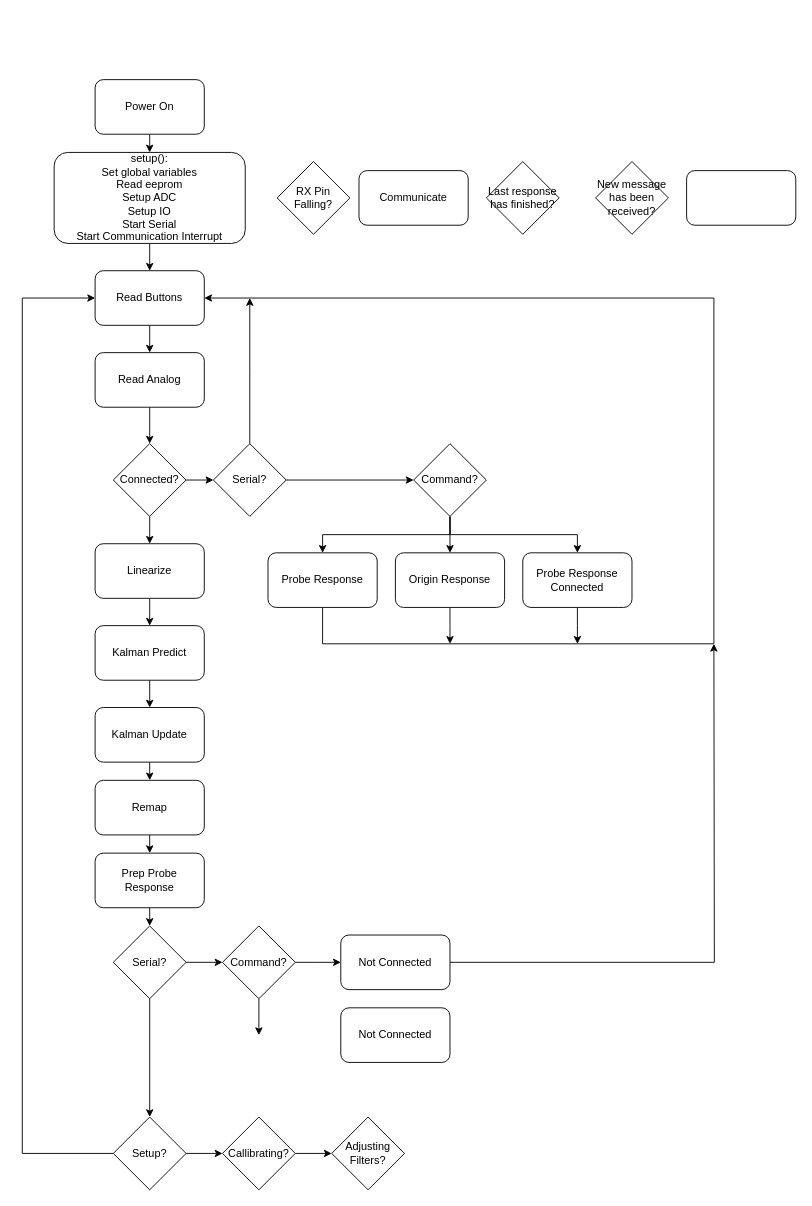
Before: Documentation/PhobGCC State Diagram.drawio in karchz/PhobGCC-SW, a draw.io diagram. Source tidied: cells renumbered, new cells numbered last; positions are measured from the earlier drawing's top-left corner, leaving out a move shared by most shapes. Both pictures are drawn from the tidied source at 91%, with x=0, y=0 at pixel (22, 79).
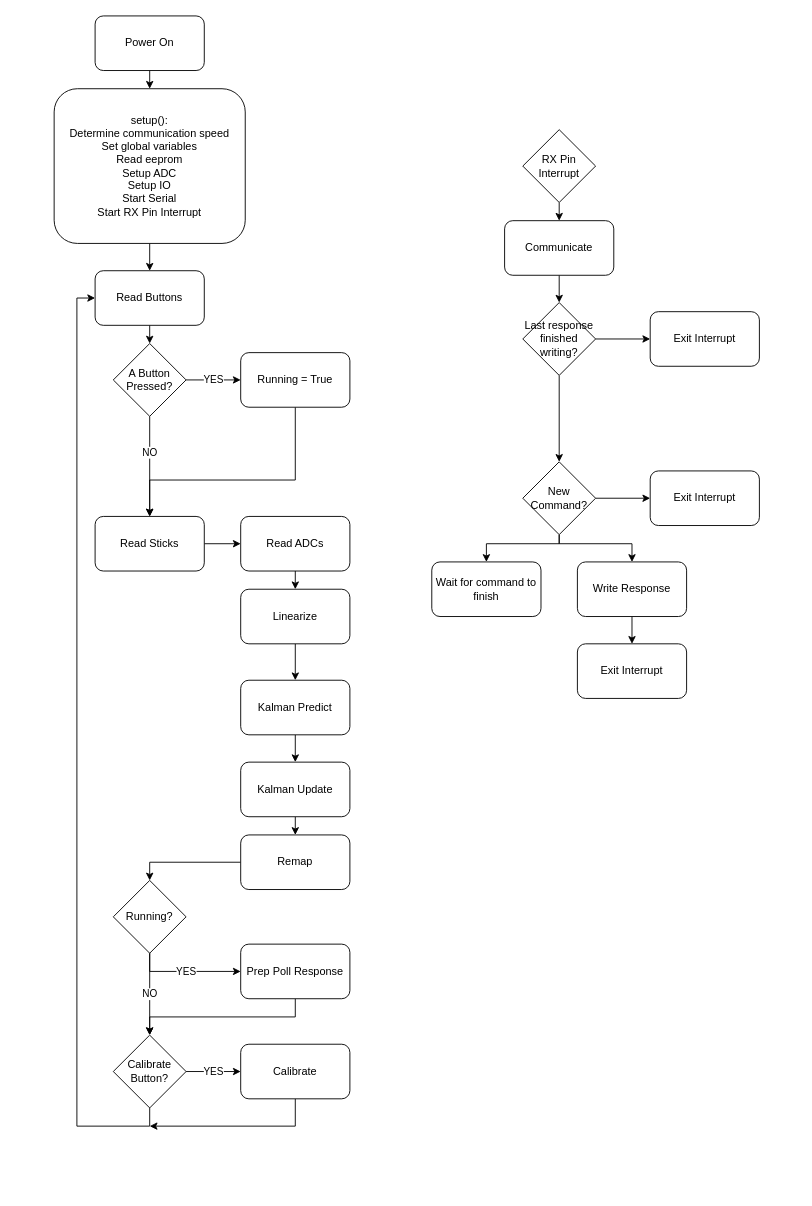
After the change.

Commit message:
Updated state diagram

Unchanged cells that the change refers to:
```xml
<mxCell id="23" value="Read Buttons" style="rounded=1;whiteSpace=wrap;html=1;" parent="1" vertex="1">
  <mxGeometry x="80" y="210" width="120" height="60" as="geometry" />
</mxCell>
```

What changed in the source:
```diff
@@
     <mxCell id="3" value="Power On" style="rounded=1;whiteSpace=wrap;html=1;" parent="1" vertex="1">
-      <mxGeometry x="80" width="120" height="60" as="geometry" />
+      <mxGeometry x="80" y="-70" width="120" height="60" as="geometry" />
     </mxCell>
@@
-    <mxCell id="5" value="setup():&lt;br&gt;Set global variables&lt;br&gt;Read eeprom&lt;br&gt;Setup ADC&lt;br&gt;Setup IO&lt;br&gt;Start Serial&lt;br&gt;Start Communication Interrupt" style="rounded=1;whiteSpace=wrap;html=1;" parent="1" vertex="1">
-      <mxGeometry x="35" y="80" width="210" height="100" as="geometry" />
+    <mxCell id="5" value="setup():&lt;br&gt;Determine communication speed&lt;br&gt;Set global variables&lt;br&gt;Read eeprom&lt;br&gt;Setup ADC&lt;br&gt;Setup IO&lt;br&gt;Start Serial&lt;br&gt;Start RX Pin Interrupt" style="rounded=1;whiteSpace=wrap;html=1;" parent="1" vertex="1">
+      <mxGeometry x="35" y="10" width="210" height="170" as="geometry" />
     </mxCell>
-    <mxCell id="6" style="edgeStyle=orthogonalEdgeStyle;rounded=0;jettySize=auto;html=1;exitX=1;exitY=0.5;exitDx=0;exitDy=0;entryX=0;entryY=0.5;entryDx=0;entryDy=0;" parent="1" edge="1" source="8">
-      <mxGeometry relative="1" as="geometry">
-        <mxPoint x="210" y="440" as="targetPoint" />
-      </mxGeometry>
-    </mxCell>
-    <mxCell id="7" style="edgeStyle=orthogonalEdgeStyle;rounded=0;jettySize=auto;html=1;exitX=0.5;exitY=1;exitDx=0;exitDy=0;entryX=0.5;entryY=0;entryDx=0;entryDy=0;" parent="1" edge="1" source="8" target="21">
-      <mxGeometry relative="1" as="geometry" />
-    </mxCell>
-    <mxCell id="8" value="Connected?" style="rhombus;whiteSpace=wrap;html=1;" parent="1" vertex="1">
-      <mxGeometry x="100" y="400" width="80" height="80" as="geometry" />
-    </mxCell>
-    <mxCell id="9" style="edgeStyle=orthogonalEdgeStyle;rounded=0;jettySize=auto;html=1;entryX=0;entryY=0.5;entryDx=0;entryDy=0;exitX=1;exitY=0.5;exitDx=0;exitDy=0;" parent="1" edge="1" source="27" target="13">
-      <mxGeometry relative="1" as="geometry" />
-    </mxCell>
-    <mxCell id="10" style="edgeStyle=orthogonalEdgeStyle;rounded=0;jettySize=auto;html=1;exitX=0.5;exitY=1;exitDx=0;exitDy=0;entryX=0.5;entryY=0;entryDx=0;entryDy=0;" parent="1" edge="1" source="13" target="17">
-      <mxGeometry relative="1" as="geometry" />
-    </mxCell>
-    <mxCell id="11" style="edgeStyle=orthogonalEdgeStyle;rounded=0;jettySize=auto;html=1;exitX=0.5;exitY=1;exitDx=0;exitDy=0;entryX=0.5;entryY=0;entryDx=0;entryDy=0;" parent="1" edge="1" source="13" target="15">
-      <mxGeometry relative="1" as="geometry" />
-    </mxCell>
-    <mxCell id="12" style="edgeStyle=orthogonalEdgeStyle;rounded=0;jettySize=auto;html=1;exitX=0.5;exitY=1;exitDx=0;exitDy=0;entryX=0.5;entryY=0;entryDx=0;entryDy=0;" parent="1" edge="1" source="13" target="19">
-      <mxGeometry relative="1" as="geometry" />
-    </mxCell>
-    <mxCell id="13" value="Command?" style="rhombus;whiteSpace=wrap;html=1;" parent="1" vertex="1">
-      <mxGeometry x="430" y="400" width="80" height="80" as="geometry" />
-    </mxCell>
-    <mxCell id="14" style="edgeStyle=orthogonalEdgeStyle;rounded=0;jettySize=auto;html=1;exitX=0.5;exitY=1;exitDx=0;exitDy=0;entryX=1;entryY=0.5;entryDx=0;entryDy=0;" parent="1" edge="1" source="15" target="23">
-      <mxGeometry relative="1" as="geometry">
-        <Array as="points">
-          <mxPoint x="330" y="620" />
-          <mxPoint x="760" y="620" />
-          <mxPoint x="760" y="240" />
-        </Array>
-      </mxGeometry>
-    </mxCell>
-    <mxCell id="15" value="Probe Response" style="rounded=1;whiteSpace=wrap;html=1;" parent="1" vertex="1">
-      <mxGeometry x="270" y="520" width="120" height="60" as="geometry" />
-    </mxCell>
-    <mxCell id="16" style="edgeStyle=orthogonalEdgeStyle;rounded=0;jettySize=auto;html=1;exitX=0.5;exitY=1;exitDx=0;exitDy=0;" parent="1" edge="1" source="17">
-      <mxGeometry relative="1" as="geometry">
-        <mxPoint x="470" y="620" as="targetPoint" />
-      </mxGeometry>
-    </mxCell>
+    <mxCell id="56" style="edgeStyle=orthogonalEdgeStyle;rounded=0;jettySize=auto;html=1;exitX=0.5;exitY=1;exitDx=0;exitDy=0;entryX=0.5;entryY=0;entryDx=0;entryDy=0;" parent="1" edge="1" source="17" target="84">
+      <mxGeometry relative="1" as="geometry" />
+    </mxCell>
-    <mxCell id="17" value="Origin Response" style="rounded=1;whiteSpace=wrap;html=1;" parent="1" vertex="1">
-      <mxGeometry x="410" y="520" width="120" height="60" as="geometry" />
+    <mxCell id="17" value="Write Response" style="rounded=1;whiteSpace=wrap;html=1;" parent="1" vertex="1">
+      <mxGeometry x="610" y="530" width="120" height="60" as="geometry" />
     </mxCell>
-    <mxCell id="18" style="edgeStyle=orthogonalEdgeStyle;rounded=0;jettySize=auto;html=1;exitX=0.5;exitY=1;exitDx=0;exitDy=0;" parent="1" edge="1" source="19">
-      <mxGeometry relative="1" as="geometry">
-        <mxPoint x="610" y="620" as="targetPoint" />
-      </mxGeometry>
-    </mxCell>
-    <mxCell id="19" value="Probe Response&lt;br&gt;Connected" style="rounded=1;whiteSpace=wrap;html=1;" parent="1" vertex="1">
-      <mxGeometry x="550" y="520" width="120" height="60" as="geometry" />
-    </mxCell>
@@
     <mxCell id="21" value="Linearize" style="rounded=1;whiteSpace=wrap;html=1;" parent="1" vertex="1">
-      <mxGeometry x="80" y="510" width="120" height="60" as="geometry" />
+      <mxGeometry x="240" y="560" width="120" height="60" as="geometry" />
     </mxCell>
-    <mxCell id="22" style="edgeStyle=orthogonalEdgeStyle;rounded=0;jettySize=auto;html=1;exitX=0.5;exitY=1;exitDx=0;exitDy=0;entryX=0.5;entryY=0;entryDx=0;entryDy=0;" parent="1" edge="1" source="23" target="25">
-      <mxGeometry relative="1" as="geometry" />
-    </mxCell>
+    <mxCell id="57" style="edgeStyle=orthogonalEdgeStyle;rounded=0;jettySize=auto;html=1;exitX=0.5;exitY=1;exitDx=0;exitDy=0;entryX=0.5;entryY=0;entryDx=0;entryDy=0;" parent="1" edge="1" source="23" target="77">
+      <mxGeometry relative="1" as="geometry" />
+    </mxCell>
@@
-    <mxCell id="24" style="edgeStyle=orthogonalEdgeStyle;rounded=0;jettySize=auto;html=1;exitX=0.5;exitY=1;exitDx=0;exitDy=0;entryX=0.5;entryY=0;entryDx=0;entryDy=0;" parent="1" edge="1" source="25" target="8">
-      <mxGeometry relative="1" as="geometry" />
-    </mxCell>
+    <mxCell id="58" style="edgeStyle=orthogonalEdgeStyle;rounded=0;jettySize=auto;html=1;exitX=1;exitY=0.5;exitDx=0;exitDy=0;entryX=0;entryY=0.5;entryDx=0;entryDy=0;" parent="1" edge="1" source="25" target="81">
+      <mxGeometry relative="1" as="geometry" />
+    </mxCell>
-    <mxCell id="25" value="Read Analog" style="rounded=1;whiteSpace=wrap;html=1;" parent="1" vertex="1">
-      <mxGeometry x="80" y="300" width="120" height="60" as="geometry" />
+    <mxCell id="25" value="Read Sticks" style="rounded=1;whiteSpace=wrap;html=1;" parent="1" vertex="1">
+      <mxGeometry x="80" y="480" width="120" height="60" as="geometry" />
     </mxCell>
-    <mxCell id="26" style="edgeStyle=orthogonalEdgeStyle;rounded=0;jettySize=auto;html=1;exitX=0.5;exitY=0;exitDx=0;exitDy=0;" parent="1" edge="1" source="27">
-      <mxGeometry relative="1" as="geometry">
-        <mxPoint x="250" y="240" as="targetPoint" />
-      </mxGeometry>
-    </mxCell>
-    <mxCell id="27" value="Serial?" style="rhombus;whiteSpace=wrap;html=1;" parent="1" vertex="1">
-      <mxGeometry x="210" y="400" width="80" height="80" as="geometry" />
-    </mxCell>
@@
     <mxCell id="29" value="Kalman Predict" style="rounded=1;whiteSpace=wrap;html=1;" parent="1" vertex="1">
-      <mxGeometry x="80" y="600" width="120" height="60" as="geometry" />
+      <mxGeometry x="240" y="660" width="120" height="60" as="geometry" />
     </mxCell>
@@
     <mxCell id="31" value="Kalman Update" style="rounded=1;whiteSpace=wrap;html=1;" parent="1" vertex="1">
-      <mxGeometry x="80" y="690" width="120" height="60" as="geometry" />
+      <mxGeometry x="240" y="750" width="120" height="60" as="geometry" />
     </mxCell>
-    <mxCell id="32" style="edgeStyle=orthogonalEdgeStyle;rounded=0;jettySize=auto;html=1;exitX=0.5;exitY=1;exitDx=0;exitDy=0;entryX=0.5;entryY=0;entryDx=0;entryDy=0;" parent="1" edge="1" source="33" target="44">
-      <mxGeometry relative="1" as="geometry" />
-    </mxCell>
+    <mxCell id="59" style="edgeStyle=orthogonalEdgeStyle;rounded=0;jettySize=auto;html=1;exitX=0.5;exitY=1;exitDx=0;exitDy=0;entryX=0.5;entryY=0;entryDx=0;entryDy=0;" parent="1" edge="1" source="33" target="38">
+      <mxGeometry relative="1" as="geometry" />
+    </mxCell>
-    <mxCell id="33" value="Prep Probe Response" style="rounded=1;whiteSpace=wrap;html=1;" parent="1" vertex="1">
-      <mxGeometry x="80" y="850" width="120" height="60" as="geometry" />
+    <mxCell id="33" value="Prep Poll Response" style="rounded=1;whiteSpace=wrap;html=1;" parent="1" vertex="1">
+      <mxGeometry x="240" y="950" width="120" height="60" as="geometry" />
     </mxCell>
-    <mxCell id="34" style="edgeStyle=orthogonalEdgeStyle;rounded=0;jettySize=auto;html=1;exitX=0;exitY=0.5;exitDx=0;exitDy=0;entryX=0;entryY=0.5;entryDx=0;entryDy=0;" parent="1" edge="1" source="36" target="23">
-      <mxGeometry relative="1" as="geometry">
-        <Array as="points">
-          <mxPoint y="1180" />
-          <mxPoint y="240" />
-        </Array>
-      </mxGeometry>
-    </mxCell>
-    <mxCell id="35" style="edgeStyle=orthogonalEdgeStyle;rounded=0;jettySize=auto;html=1;exitX=1;exitY=0.5;exitDx=0;exitDy=0;entryX=0;entryY=0.5;entryDx=0;entryDy=0;" parent="1" edge="1" source="36" target="38">
-      <mxGeometry relative="1" as="geometry" />
-    </mxCell>
-    <mxCell id="36" value="Setup?" style="rhombus;whiteSpace=wrap;html=1;" parent="1" vertex="1">
-      <mxGeometry x="100" y="1140" width="80" height="80" as="geometry" />
-    </mxCell>
-    <mxCell id="37" style="edgeStyle=orthogonalEdgeStyle;rounded=0;jettySize=auto;html=1;exitX=1;exitY=0.5;exitDx=0;exitDy=0;entryX=0;entryY=0.5;entryDx=0;entryDy=0;" parent="1" edge="1" source="38" target="39">
-      <mxGeometry relative="1" as="geometry" />
-    </mxCell>
+    <mxCell id="60" value="YES" style="edgeStyle=orthogonalEdgeStyle;rounded=0;jettySize=auto;html=1;exitX=1;exitY=0.5;exitDx=0;exitDy=0;entryX=0;entryY=0.5;entryDx=0;entryDy=0;" parent="1" edge="1" source="38" target="74">
+      <mxGeometry relative="1" as="geometry" />
+    </mxCell>
+    <mxCell id="61" style="edgeStyle=orthogonalEdgeStyle;rounded=0;jettySize=auto;html=1;exitX=0.5;exitY=1;exitDx=0;exitDy=0;entryX=0;entryY=0.5;entryDx=0;entryDy=0;" parent="1" edge="1" source="38" target="23">
+      <mxGeometry relative="1" as="geometry" />
+    </mxCell>
-    <mxCell id="38" value="Callibrating?" style="rhombus;whiteSpace=wrap;html=1;" parent="1" vertex="1">
-      <mxGeometry x="220" y="1140" width="80" height="80" as="geometry" />
+    <mxCell id="38" value="Calibrate Button?" style="rhombus;whiteSpace=wrap;html=1;" parent="1" vertex="1">
+      <mxGeometry x="100" y="1050" width="80" height="80" as="geometry" />
     </mxCell>
-    <mxCell id="39" value="Adjusting Filters?" style="rhombus;whiteSpace=wrap;html=1;" parent="1" vertex="1">
-      <mxGeometry x="340" y="1140" width="80" height="80" as="geometry" />
-    </mxCell>
-    <mxCell id="40" style="edgeStyle=orthogonalEdgeStyle;rounded=0;jettySize=auto;html=1;exitX=0.5;exitY=1;exitDx=0;exitDy=0;entryX=0.5;entryY=0;entryDx=0;entryDy=0;" parent="1" edge="1" source="41" target="33">
-      <mxGeometry relative="1" as="geometry" />
-    </mxCell>
+    <mxCell id="62" style="edgeStyle=orthogonalEdgeStyle;rounded=0;jettySize=auto;html=1;exitX=0;exitY=0.5;exitDx=0;exitDy=0;entryX=0.5;entryY=0;entryDx=0;entryDy=0;" parent="1" edge="1" source="41" target="72">
+      <mxGeometry relative="1" as="geometry" />
+    </mxCell>
     <mxCell id="41" value="Remap" style="rounded=1;whiteSpace=wrap;html=1;" parent="1" vertex="1">
-      <mxGeometry x="80" y="770" width="120" height="60" as="geometry" />
+      <mxGeometry x="240" y="830" width="120" height="60" as="geometry" />
     </mxCell>
-    <mxCell id="42" style="edgeStyle=orthogonalEdgeStyle;rounded=0;jettySize=auto;html=1;exitX=0.5;exitY=1;exitDx=0;exitDy=0;entryX=0.5;entryY=0;entryDx=0;entryDy=0;" parent="1" edge="1" source="44" target="36">
-      <mxGeometry relative="1" as="geometry" />
-    </mxCell>
-    <mxCell id="43" style="edgeStyle=orthogonalEdgeStyle;rounded=0;jettySize=auto;html=1;exitX=1;exitY=0.5;exitDx=0;exitDy=0;entryX=0;entryY=0.5;entryDx=0;entryDy=0;" parent="1" edge="1" source="44" target="47">
-      <mxGeometry relative="1" as="geometry" />
-    </mxCell>
-    <mxCell id="44" value="Serial?" style="rhombus;whiteSpace=wrap;html=1;" parent="1" vertex="1">
-      <mxGeometry x="100" y="930" width="80" height="80" as="geometry" />
-    </mxCell>
-    <mxCell id="45" style="edgeStyle=orthogonalEdgeStyle;rounded=0;jettySize=auto;html=1;" parent="1" edge="1" source="47">
-      <mxGeometry relative="1" as="geometry">
-        <mxPoint x="350" y="970" as="targetPoint" />
-      </mxGeometry>
-    </mxCell>
-    <mxCell id="46" style="edgeStyle=orthogonalEdgeStyle;rounded=0;jettySize=auto;html=1;" parent="1" edge="1" source="47">
-      <mxGeometry relative="1" as="geometry">
-        <mxPoint x="260" y="1050" as="targetPoint" />
-      </mxGeometry>
-    </mxCell>
-    <mxCell id="47" value="Command?" style="rhombus;whiteSpace=wrap;html=1;" parent="1" vertex="1">
-      <mxGeometry x="220" y="930" width="80" height="80" as="geometry" />
-    </mxCell>
-    <mxCell id="48" style="edgeStyle=orthogonalEdgeStyle;rounded=0;jettySize=auto;html=1;" parent="1" edge="1" source="49">
-      <mxGeometry relative="1" as="geometry">
-        <mxPoint x="760" y="620" as="targetPoint" />
-      </mxGeometry>
-    </mxCell>
-    <mxCell id="49" value="Not Connected" style="rounded=1;whiteSpace=wrap;html=1;" parent="1" vertex="1">
-      <mxGeometry x="350" y="940" width="120" height="60" as="geometry" />
-    </mxCell>
-    <mxCell id="50" value="Not Connected" style="rounded=1;whiteSpace=wrap;html=1;" parent="1" vertex="1">
-      <mxGeometry x="350" y="1020" width="120" height="60" as="geometry" />
-    </mxCell>
+    <mxCell id="63" style="edgeStyle=orthogonalEdgeStyle;rounded=0;jettySize=auto;html=1;exitX=0.5;exitY=1;exitDx=0;exitDy=0;entryX=0.5;entryY=0;entryDx=0;entryDy=0;" parent="1" edge="1" source="51" target="53">
+      <mxGeometry relative="1" as="geometry" />
+    </mxCell>
-    <mxCell id="51" value="RX Pin Falling?" style="rhombus;whiteSpace=wrap;html=1;" parent="1" vertex="1">
-      <mxGeometry x="280" y="90" width="80" height="80" as="geometry" />
+    <mxCell id="51" value="RX Pin Interrupt" style="rhombus;whiteSpace=wrap;html=1;" parent="1" vertex="1">
+      <mxGeometry x="550" y="55" width="80" height="80" as="geometry" />
     </mxCell>
+    <mxCell id="64" style="edgeStyle=orthogonalEdgeStyle;rounded=0;jettySize=auto;html=1;exitX=1;exitY=0.5;exitDx=0;exitDy=0;entryX=0;entryY=0.5;entryDx=0;entryDy=0;" parent="1" edge="1" source="52" target="82">
+      <mxGeometry relative="1" as="geometry" />
+    </mxCell>
+    <mxCell id="65" style="edgeStyle=orthogonalEdgeStyle;rounded=0;jettySize=auto;html=1;exitX=0.5;exitY=1;exitDx=0;exitDy=0;entryX=0.5;entryY=0;entryDx=0;entryDy=0;" parent="1" edge="1" source="52" target="54">
+      <mxGeometry relative="1" as="geometry" />
+    </mxCell>
-    <mxCell id="52" value="Last response has finished?" style="rhombus;whiteSpace=wrap;html=1;" parent="1" vertex="1">
-      <mxGeometry x="510" y="90" width="80" height="80" as="geometry" />
+    <mxCell id="52" value="Last response finished writing?" style="rhombus;whiteSpace=wrap;html=1;" parent="1" vertex="1">
+      <mxGeometry x="550" y="245" width="80" height="80" as="geometry" />
     </mxCell>
+    <mxCell id="66" style="edgeStyle=orthogonalEdgeStyle;rounded=0;jettySize=auto;html=1;exitX=0.5;exitY=1;exitDx=0;exitDy=0;entryX=0.5;entryY=0;entryDx=0;entryDy=0;" parent="1" edge="1" source="53" target="52">
+      <mxGeometry relative="1" as="geometry" />
+    </mxCell>
     <mxCell id="53" value="Communicate" style="rounded=1;whiteSpace=wrap;html=1;" parent="1" vertex="1">
-      <mxGeometry x="370" y="100" width="120" height="60" as="geometry" />
+      <mxGeometry x="530" y="155" width="120" height="60" as="geometry" />
     </mxCell>
+    <mxCell id="67" style="edgeStyle=orthogonalEdgeStyle;rounded=0;jettySize=auto;html=1;exitX=1;exitY=0.5;exitDx=0;exitDy=0;entryX=0;entryY=0.5;entryDx=0;entryDy=0;" parent="1" edge="1" source="54" target="83">
+      <mxGeometry relative="1" as="geometry" />
+    </mxCell>
+    <mxCell id="68" style="edgeStyle=orthogonalEdgeStyle;rounded=0;jettySize=auto;html=1;exitX=0.5;exitY=1;exitDx=0;exitDy=0;entryX=0.5;entryY=0;entryDx=0;entryDy=0;" parent="1" edge="1" source="54" target="85">
+      <mxGeometry relative="1" as="geometry">
+        <Array as="points">
+          <mxPoint x="590" y="510" />
+          <mxPoint x="510" y="510" />
+        </Array>
+      </mxGeometry>
+    </mxCell>
+    <mxCell id="69" style="edgeStyle=orthogonalEdgeStyle;rounded=0;jettySize=auto;html=1;exitX=0.5;exitY=1;exitDx=0;exitDy=0;entryX=0.5;entryY=0;entryDx=0;entryDy=0;" parent="1" edge="1" source="54" target="17">
+      <mxGeometry relative="1" as="geometry">
+        <Array as="points">
+          <mxPoint x="590" y="510" />
+          <mxPoint x="670" y="510" />
+        </Array>
+      </mxGeometry>
+    </mxCell>
-    <mxCell id="54" value="New message has been received?" style="rhombus;whiteSpace=wrap;html=1;" parent="1" vertex="1">
-      <mxGeometry x="630" y="90" width="80" height="80" as="geometry" />
+    <mxCell id="54" value="New Command?" style="rhombus;whiteSpace=wrap;html=1;" parent="1" vertex="1">
+      <mxGeometry x="550" y="420" width="80" height="80" as="geometry" />
     </mxCell>
-    <mxCell id="55" style="rounded=1;whiteSpace=wrap;html=1;" parent="1" vertex="1">
-      <mxGeometry x="730" y="100" width="120" height="60" as="geometry" />
-    </mxCell>
+    <mxCell id="70" value="YES" style="edgeStyle=orthogonalEdgeStyle;rounded=0;jettySize=auto;html=1;exitX=0.5;exitY=1;exitDx=0;exitDy=0;entryX=0;entryY=0.5;entryDx=0;entryDy=0;" parent="1" edge="1" source="72" target="33">
+      <mxGeometry relative="1" as="geometry" />
+    </mxCell>
+    <mxCell id="71" value="NO" style="edgeStyle=orthogonalEdgeStyle;rounded=0;jettySize=auto;html=1;exitX=0.5;exitY=1;exitDx=0;exitDy=0;" parent="1" edge="1" source="72">
+      <mxGeometry relative="1" as="geometry">
+        <mxPoint x="140" y="1050" as="targetPoint" />
+      </mxGeometry>
+    </mxCell>
+    <mxCell id="72" value="Running?" style="rhombus;whiteSpace=wrap;html=1;" parent="1" vertex="1">
+      <mxGeometry x="100" y="880" width="80" height="80" as="geometry" />
+    </mxCell>
+    <mxCell id="73" style="edgeStyle=orthogonalEdgeStyle;rounded=0;jettySize=auto;html=1;exitX=0.5;exitY=1;exitDx=0;exitDy=0;" parent="1" edge="1" source="74">
+      <mxGeometry relative="1" as="geometry">
+        <mxPoint x="140" y="1150" as="targetPoint" />
+        <Array as="points">
+          <mxPoint x="300" y="1150" />
+        </Array>
+      </mxGeometry>
+    </mxCell>
+    <mxCell id="74" value="Calibrate" style="rounded=1;whiteSpace=wrap;html=1;" parent="1" vertex="1">
+      <mxGeometry x="240" y="1060" width="120" height="60" as="geometry" />
+    </mxCell>
+    <mxCell id="75" value="YES" style="edgeStyle=orthogonalEdgeStyle;rounded=0;jettySize=auto;html=1;exitX=1;exitY=0.5;exitDx=0;exitDy=0;entryX=0;entryY=0.5;entryDx=0;entryDy=0;" parent="1" edge="1" source="77" target="79">
+      <mxGeometry relative="1" as="geometry" />
+    </mxCell>
+    <mxCell id="76" value="NO" style="edgeStyle=orthogonalEdgeStyle;rounded=0;jettySize=auto;html=1;exitX=0.5;exitY=1;exitDx=0;exitDy=0;entryX=0.5;entryY=0;entryDx=0;entryDy=0;" parent="1" edge="1" source="77" target="25">
+      <mxGeometry x="-0.27" relative="1" as="geometry" />
+    </mxCell>
+    <mxCell id="77" value="A Button Pressed?" style="rhombus;whiteSpace=wrap;html=1;" parent="1" vertex="1">
+      <mxGeometry x="100" y="290" width="80" height="80" as="geometry" />
+    </mxCell>
+    <mxCell id="78" style="edgeStyle=orthogonalEdgeStyle;rounded=0;jettySize=auto;html=1;exitX=0.5;exitY=1;exitDx=0;exitDy=0;entryX=0.5;entryY=0;entryDx=0;entryDy=0;" parent="1" edge="1" source="79" target="25">
+      <mxGeometry relative="1" as="geometry">
+        <Array as="points">
+          <mxPoint x="300" y="440" />
+          <mxPoint x="140" y="440" />
+        </Array>
+      </mxGeometry>
+    </mxCell>
+    <mxCell id="79" value="Running = True" style="rounded=1;whiteSpace=wrap;html=1;" parent="1" vertex="1">
+      <mxGeometry x="240" y="300" width="120" height="60" as="geometry" />
+    </mxCell>
+    <mxCell id="80" style="edgeStyle=orthogonalEdgeStyle;rounded=0;jettySize=auto;html=1;exitX=0.5;exitY=1;exitDx=0;exitDy=0;entryX=0.5;entryY=0;entryDx=0;entryDy=0;" parent="1" edge="1" source="81" target="21">
+      <mxGeometry relative="1" as="geometry" />
+    </mxCell>
+    <mxCell id="81" value="Read ADCs" style="rounded=1;whiteSpace=wrap;html=1;" parent="1" vertex="1">
+      <mxGeometry x="240" y="480" width="120" height="60" as="geometry" />
+    </mxCell>
+    <mxCell id="82" value="Exit Interrupt" style="rounded=1;whiteSpace=wrap;html=1;" parent="1" vertex="1">
+      <mxGeometry x="690" y="255" width="120" height="60" as="geometry" />
+    </mxCell>
+    <mxCell id="83" value="Exit Interrupt" style="rounded=1;whiteSpace=wrap;html=1;" parent="1" vertex="1">
+      <mxGeometry x="690" y="430" width="120" height="60" as="geometry" />
+    </mxCell>
+    <mxCell id="84" value="Exit Interrupt" style="rounded=1;whiteSpace=wrap;html=1;" parent="1" vertex="1">
+      <mxGeometry x="610" y="620" width="120" height="60" as="geometry" />
+    </mxCell>
+    <mxCell id="85" value="Wait for command to finish" style="rounded=1;whiteSpace=wrap;html=1;" parent="1" vertex="1">
+      <mxGeometry x="450" y="530" width="120" height="60" as="geometry" />
+    </mxCell>
```
